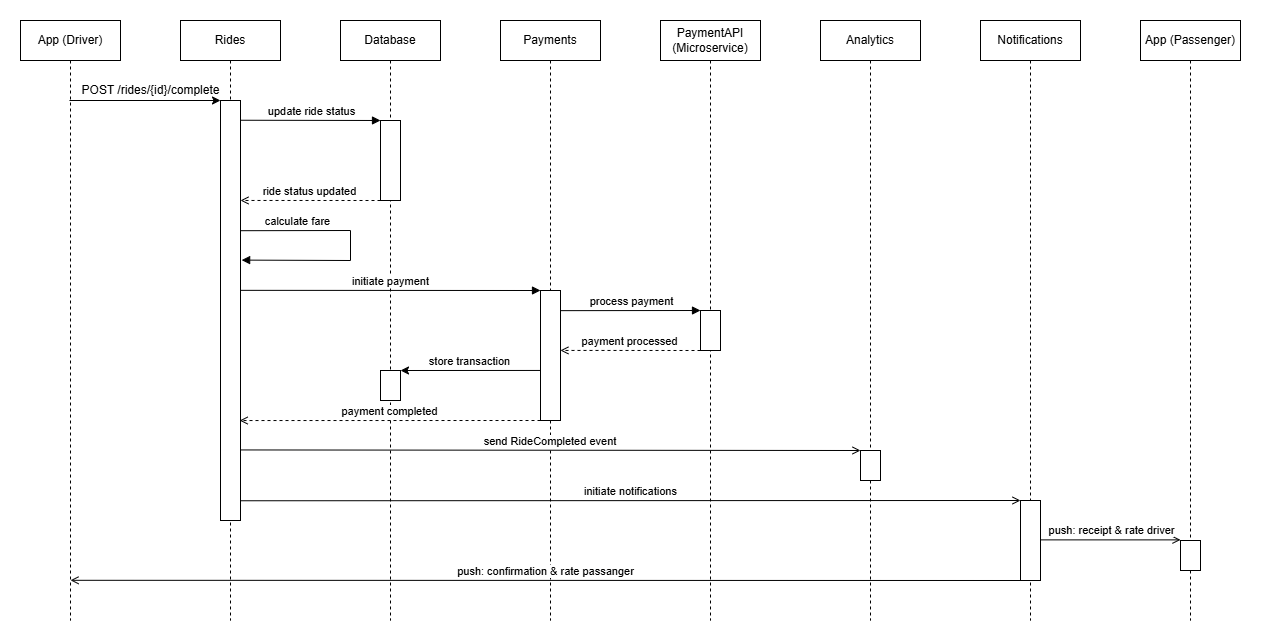
Earlier version of the draw.io export EN/images/06_payment.png (erionpolisi/rideshare-drop_arc42). Source tidied: cells renumbered, new cells last; positions are measured from the earlier drawing's top-left corner, leaving out a move shared by most shapes.
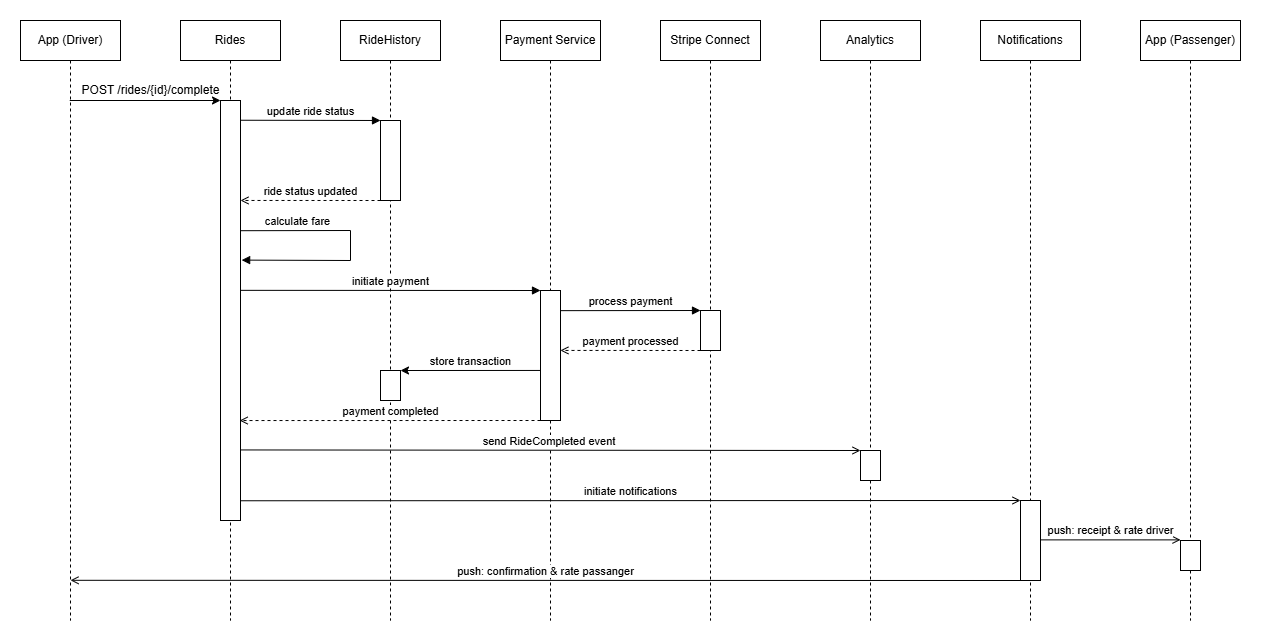
Above is the later version.

The edit, as a diff of the source:
```diff
@@ -11,13 +11,13 @@
     <mxCell id="4" style="rounded=0;whiteSpace=wrap;html=1;" parent="1" vertex="1">
       <mxGeometry x="200" y="80" width="20" height="420" as="geometry" />
     </mxCell>
-    <mxCell id="5" value="Database" style="shape=umlLifeline;perimeter=lifelinePerimeter;whiteSpace=wrap;html=1;newEdgeStyle={&quot;curved&quot;:0,&quot;rounded&quot;:0};" parent="1" vertex="1">
+    <mxCell id="5" value="RideHistory" style="shape=umlLifeline;perimeter=lifelinePerimeter;whiteSpace=wrap;html=1;newEdgeStyle={&quot;curved&quot;:0,&quot;rounded&quot;:0};" parent="1" vertex="1">
       <mxGeometry x="320" width="100" height="600" as="geometry" />
     </mxCell>
-    <mxCell id="6" value="Payments" style="shape=umlLifeline;perimeter=lifelinePerimeter;whiteSpace=wrap;html=1;newEdgeStyle={&quot;curved&quot;:0,&quot;rounded&quot;:0};" parent="1" vertex="1">
+    <mxCell id="6" value="Payment Service" style="shape=umlLifeline;perimeter=lifelinePerimeter;whiteSpace=wrap;html=1;newEdgeStyle={&quot;curved&quot;:0,&quot;rounded&quot;:0};" parent="1" vertex="1">
       <mxGeometry x="480" width="100" height="600" as="geometry" />
     </mxCell>
-    <mxCell id="7" value="PaymentAPI (Microservice)" style="shape=umlLifeline;perimeter=lifelinePerimeter;whiteSpace=wrap;html=1;newEdgeStyle={&quot;curved&quot;:0,&quot;rounded&quot;:0};" parent="1" vertex="1">
+    <mxCell id="7" value="Stripe Connect" style="shape=umlLifeline;perimeter=lifelinePerimeter;whiteSpace=wrap;html=1;newEdgeStyle={&quot;curved&quot;:0,&quot;rounded&quot;:0};" parent="1" vertex="1">
       <mxGeometry x="640" width="100" height="600" as="geometry" />
     </mxCell>
     <mxCell id="8" style="rounded=0;whiteSpace=wrap;html=1;" parent="1" vertex="1">
@@ -67,7 +67,7 @@
     <mxCell id="21" style="rounded=0;whiteSpace=wrap;html=1;" parent="1" vertex="1">
       <mxGeometry x="840" y="430" width="20" height="30" as="geometry" />
     </mxCell>
-    <mxCell id="22" value="send RideCompleted event&amp;nbsp;" style="html=1;verticalAlign=bottom;endArrow=open;startArrow=none;exitX=1;exitY=0.832;exitDx=0;exitDy=0;exitPerimeter=0;entryX=0;entryY=0;entryDx=0;entryDy=0;endFill=0;" parent="1" edge="1" source="4" target="21">
+    <mxCell id="22" value="send RideCompleted event&amp;nbsp;" style="html=1;verticalAlign=bottom;endArrow=open;startArrow=none;exitX=1;exitY=0.832;exitDx=0;exitDy=0;exitPerimeter=0;entryX=0;entryY=0;entryDx=0;entryDy=0;endFill=0;rounded=0;curved=0;" parent="1" edge="1" source="4" target="21">
       <mxGeometry relative="1" as="geometry" />
     </mxCell>
     <mxCell id="23" value="Notifications" style="shape=umlLifeline;perimeter=lifelinePerimeter;whiteSpace=wrap;html=1;newEdgeStyle={&quot;curved&quot;:0,&quot;rounded&quot;:0};" parent="1" vertex="1">
@@ -82,7 +82,7 @@
     <mxCell id="26" value="App (Passenger)" style="shape=umlLifeline;perimeter=lifelinePerimeter;whiteSpace=wrap;html=1;newEdgeStyle={&quot;curved&quot;:0,&quot;rounded&quot;:0};" parent="1" vertex="1">
       <mxGeometry x="1120" width="100" height="600" as="geometry" />
     </mxCell>
-    <mxCell id="27" value="initiate notifications" style="html=1;verticalAlign=bottom;endArrow=open;startArrow=none;exitX=0.979;exitY=0.953;exitDx=0;exitDy=0;exitPerimeter=0;entryX=0;entryY=0;entryDx=0;entryDy=0;endFill=0;" parent="1" edge="1" source="4" target="28">
+    <mxCell id="27" value="initiate notifications" style="html=1;verticalAlign=bottom;endArrow=open;startArrow=none;exitX=0.979;exitY=0.953;exitDx=0;exitDy=0;exitPerimeter=0;entryX=0;entryY=0;entryDx=0;entryDy=0;endFill=0;rounded=0;curved=0;" parent="1" edge="1" source="4" target="28">
       <mxGeometry relative="1" as="geometry" />
     </mxCell>
     <mxCell id="28" style="rounded=0;whiteSpace=wrap;html=1;" parent="1" vertex="1">
```
